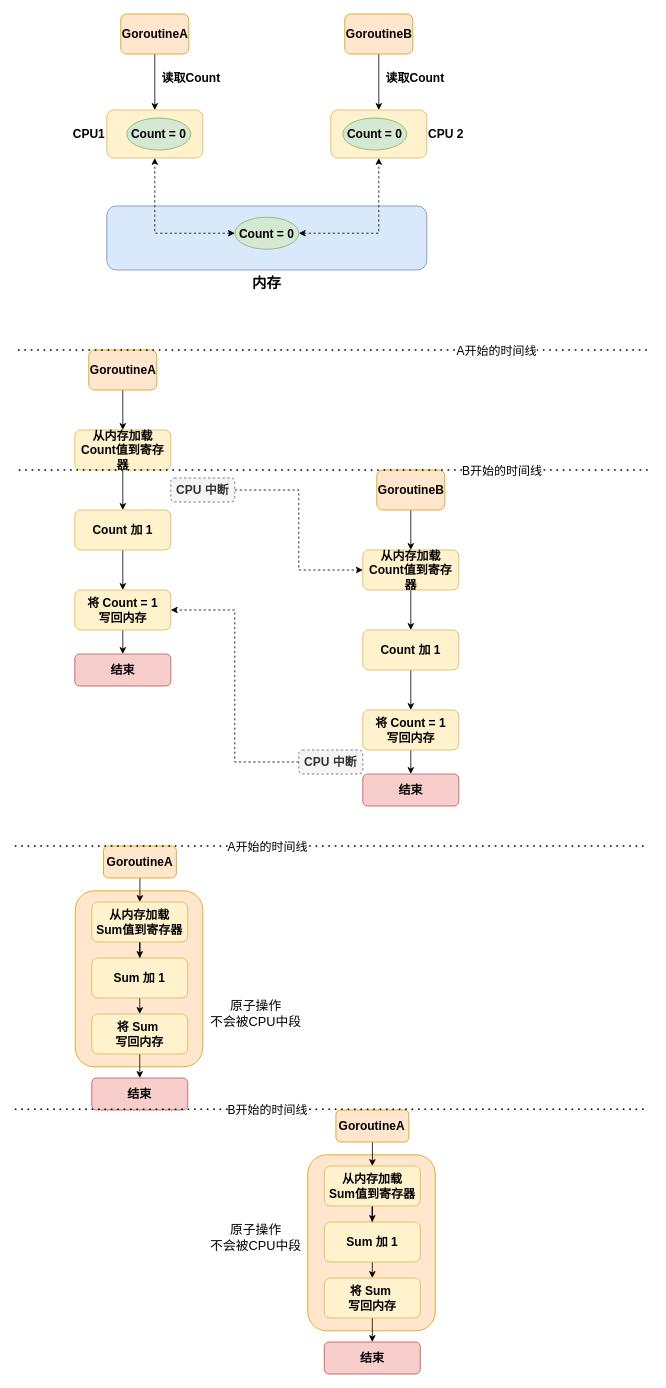
This is page "并发修改临界区" (2 of 4) of 9-goroutine/goroutine.drawio from Zhouchaowen/golang-tutorial, a draw.io file, before an edit. Source tidied: cells renumbered, new cells numbered last; positions are measured from the earlier drawing's top-left corner, leaving out a move shared by most shapes. Both pictures are drawn from the tidied source at 80%, with x=0, y=0 at pixel (14, 14).
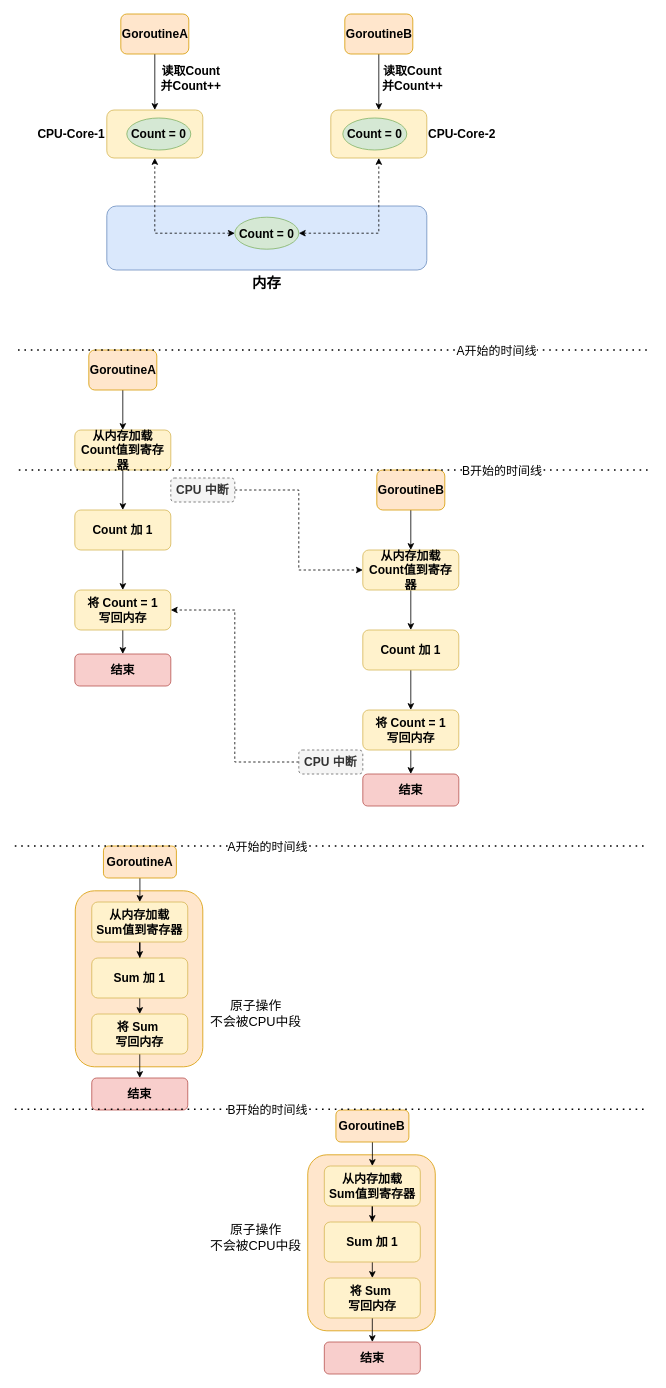
The same diagram, later.

What changed in the source:
```diff
@@
-    <mxCell id="4" value="CPU1" style="rounded=1;whiteSpace=wrap;html=1;labelPosition=left;verticalLabelPosition=middle;align=right;verticalAlign=middle;fontStyle=1;fontSize=15;fillColor=#fff2cc;strokeColor=#d6b656;" parent="1" vertex="1">
+    <mxCell id="4" value="CPU-Core-1" style="rounded=1;whiteSpace=wrap;html=1;labelPosition=left;verticalLabelPosition=middle;align=right;verticalAlign=middle;fontStyle=1;fontSize=15;fillColor=#fff2cc;strokeColor=#d6b656;" parent="1" vertex="1">
       <mxGeometry x="115" y="120" width="120" height="60" as="geometry" />
     </mxCell>
-    <mxCell id="5" value="CPU 2" style="rounded=1;whiteSpace=wrap;html=1;labelPosition=right;verticalLabelPosition=middle;align=left;verticalAlign=middle;fontStyle=1;fontSize=15;fillColor=#fff2cc;strokeColor=#d6b656;" parent="1" vertex="1">
+    <mxCell id="5" value="&lt;span style=&quot;text-align: right&quot;&gt;CPU-Core-2&lt;/span&gt;" style="rounded=1;whiteSpace=wrap;html=1;labelPosition=right;verticalLabelPosition=middle;align=left;verticalAlign=middle;fontStyle=1;fontSize=15;fillColor=#fff2cc;strokeColor=#d6b656;" parent="1" vertex="1">
       <mxGeometry x="395" y="120" width="120" height="60" as="geometry" />
     </mxCell>
@@
-    <mxCell id="15" value="读取Count" style="text;html=1;align=center;verticalAlign=middle;strokeColor=none;fontStyle=1;fontSize=15;" parent="1" vertex="1">
-      <mxGeometry x="175" y="70" width="90" height="20" as="geometry" />
+    <mxCell id="15" value="读取Count&lt;br&gt;并Count++" style="text;html=1;align=center;verticalAlign=middle;strokeColor=none;fontStyle=1;fontSize=15;" parent="1" vertex="1">
+      <mxGeometry x="177" y="60" width="86" height="40" as="geometry" />
     </mxCell>
-    <mxCell id="16" value="读取Count" style="text;html=1;align=center;verticalAlign=middle;strokeColor=none;fontStyle=1;fontSize=15;" parent="1" vertex="1">
-      <mxGeometry x="455" y="70" width="90" height="20" as="geometry" />
+    <mxCell id="16" value="&lt;font style=&quot;font-size: 15px&quot;&gt;读取Count&lt;br&gt;并Count++&lt;/font&gt;" style="text;html=1;align=center;verticalAlign=middle;strokeColor=none;fontStyle=1;fontSize=15;" parent="1" vertex="1">
+      <mxGeometry x="453.5" y="60" width="86" height="40" as="geometry" />
     </mxCell>
@@
-    <mxCell id="57" value="GoroutineA" style="rounded=1;whiteSpace=wrap;html=1;fontStyle=1;fontSize=15;fillColor=#ffe6cc;strokeColor=#d79b00;" parent="1" vertex="1">
+    <mxCell id="57" value="GoroutineB" style="rounded=1;whiteSpace=wrap;html=1;fontStyle=1;fontSize=15;fillColor=#ffe6cc;strokeColor=#d79b00;" parent="1" vertex="1">
       <mxGeometry x="401.4" y="1370" width="91.2" height="40" as="geometry" />
     </mxCell>
```
